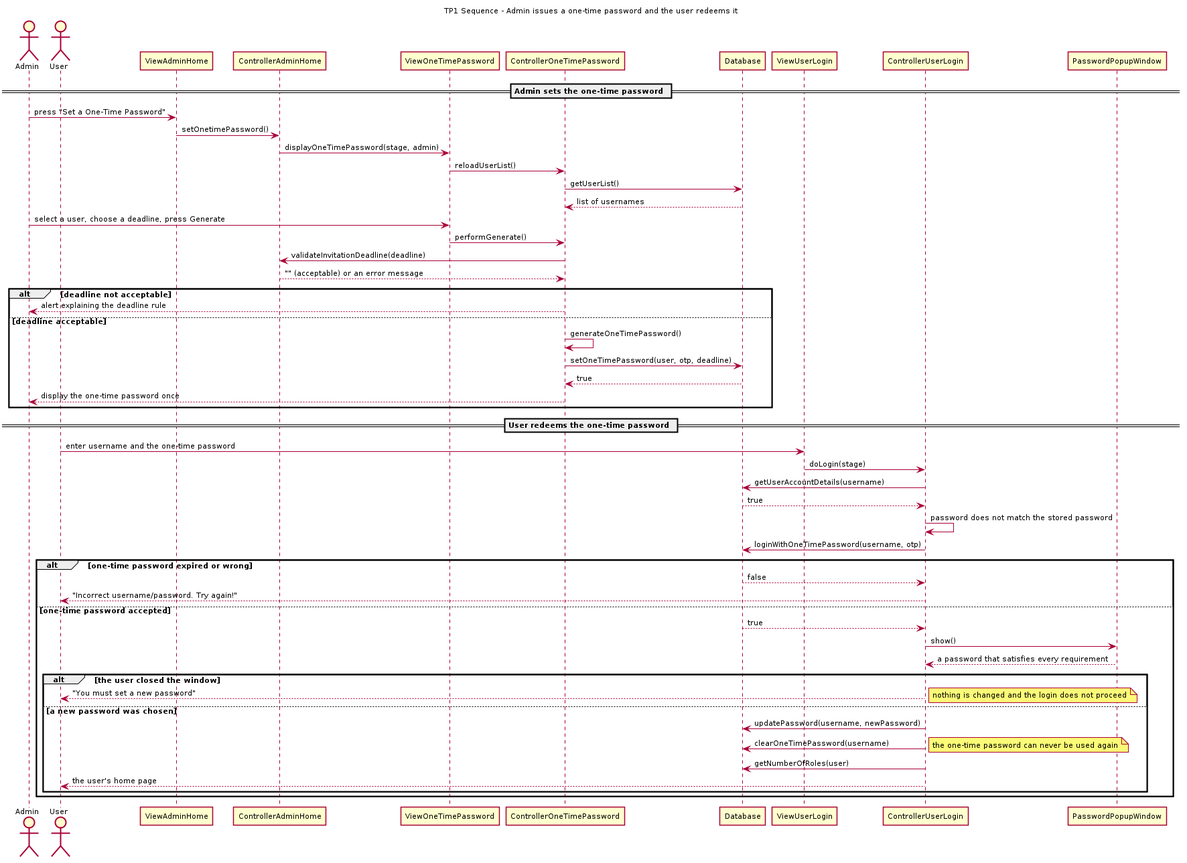
Above: TP1/TP1 Design Documents/Diagrams/03-Sequence-One-Time-Password.png in adityagupta11-debug/cse360 (PlantUML), before the change. Its source is kept beside it as TP1/TP1 Design Documents/UML Sources/03-Sequence-One-Time-Password.puml. Its diagram source:
```plantuml
@startuml

title TP1 Sequence - Admin issues a one-time password and the user redeems it

skinparam shadowing false
skinparam defaultFontName Arial
skinparam defaultFontSize 11

actor Admin
actor "User" as EndUser
participant "ViewAdminHome" as VAH
participant "ControllerAdminHome" as CAH
participant "ViewOneTimePassword" as VOTP
participant "ControllerOneTimePassword" as COTP
participant "Database" as DB
participant "ViewUserLogin" as VUL
participant "ControllerUserLogin" as CUL
participant "PasswordPopupWindow" as PW

== Admin sets the one-time password ==
Admin -> VAH : press "Set a One-Time Password"
VAH -> CAH : setOnetimePassword()
CAH -> VOTP : displayOneTimePassword(stage, admin)
VOTP -> COTP : reloadUserList()
COTP -> DB : getUserList()
DB --> COTP : list of usernames
Admin -> VOTP : select a user, choose a deadline, press Generate
VOTP -> COTP : performGenerate()
COTP -> CAH : validateInvitationDeadline(deadline)
CAH --> COTP : "" (acceptable) or an error message
alt deadline not acceptable
  COTP --> Admin : alert explaining the deadline rule
else deadline acceptable
  COTP -> COTP : generateOneTimePassword()
  COTP -> DB : setOneTimePassword(user, otp, deadline)
  DB --> COTP : true
  COTP --> Admin : display the one-time password once
end

== User redeems the one-time password ==
EndUser -> VUL : enter username and the one-time password
VUL -> CUL : doLogin(stage)
CUL -> DB : getUserAccountDetails(username)
DB --> CUL : true
CUL -> CUL : password does not match the stored password
CUL -> DB : loginWithOneTimePassword(username, otp)
alt one-time password expired or wrong
  DB --> CUL : false
  CUL --> EndUser : "Incorrect username/password. Try again!"
else one-time password accepted
  DB --> CUL : true
  CUL -> PW : show()
  PW --> CUL : a password that satisfies every requirement
  alt the user closed the window
    CUL --> EndUser : "You must set a new password"
    note right : nothing is changed and the login does not proceed
  else a new password was chosen
    CUL -> DB : updatePassword(username, newPassword)
    CUL -> DB : clearOneTimePassword(username)
    note right : the one-time password can never be used again
    CUL -> DB : getNumberOfRoles(user)
    CUL --> EndUser : the user's home page
  end
end

@enduml
```
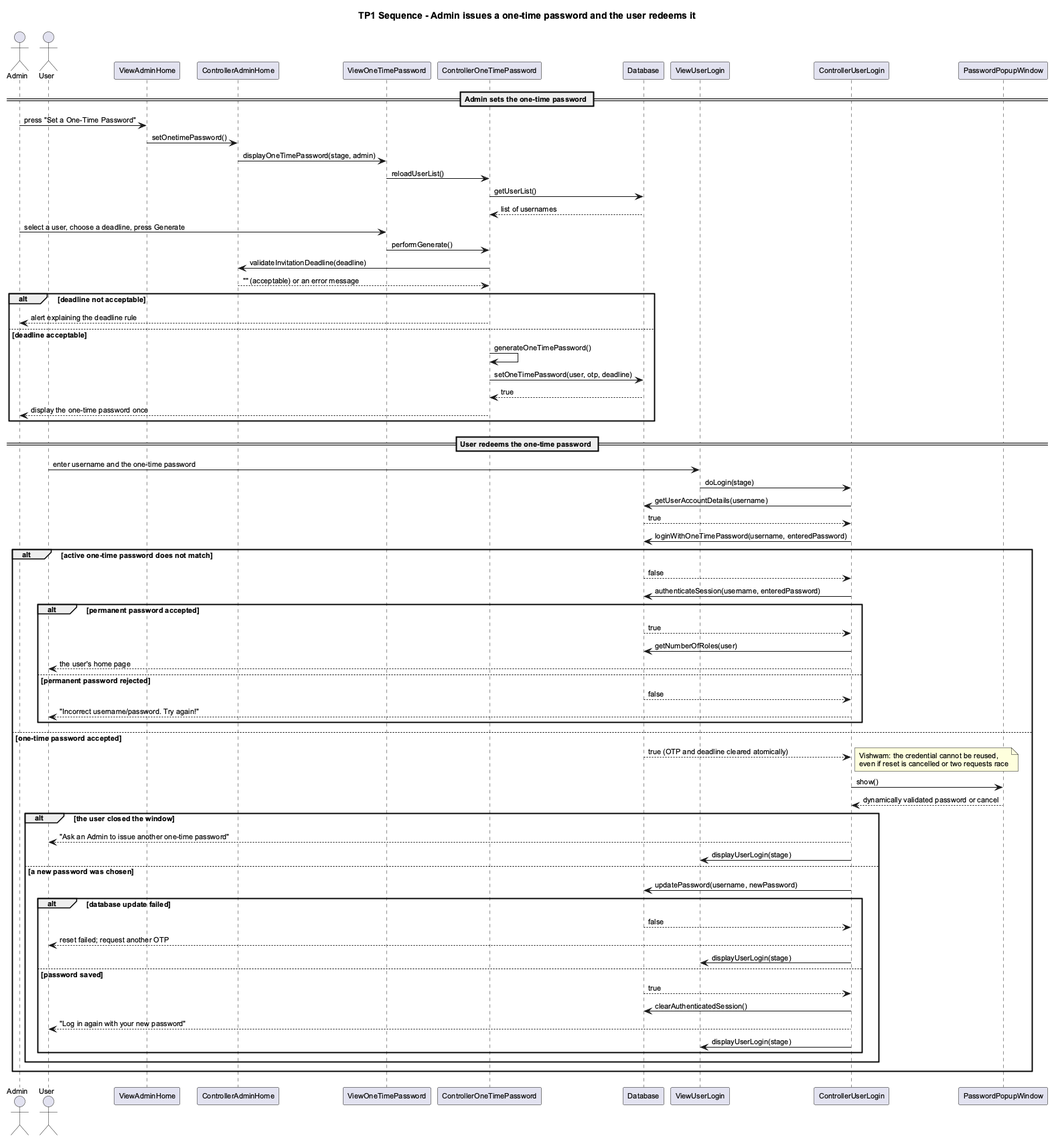
After the change.

The edit, as a diff of the source:
```diff
@@ -42,24 +42,38 @@
 VUL -> CUL : doLogin(stage)
 CUL -> DB : getUserAccountDetails(username)
 DB --> CUL : true
-CUL -> CUL : password does not match the stored password
-CUL -> DB : loginWithOneTimePassword(username, otp)
-alt one-time password expired or wrong
+CUL -> DB : loginWithOneTimePassword(username, enteredPassword)
+alt active one-time password does not match
   DB --> CUL : false
-  CUL --> EndUser : "Incorrect username/password. Try again!"
+  CUL -> DB : authenticateSession(username, enteredPassword)
+  alt permanent password accepted
+    DB --> CUL : true
+    CUL -> DB : getNumberOfRoles(user)
+    CUL --> EndUser : the user's home page
+  else permanent password rejected
+    DB --> CUL : false
+    CUL --> EndUser : "Incorrect username/password. Try again!"
+  end
 else one-time password accepted
-  DB --> CUL : true
+  DB --> CUL : true (OTP and deadline cleared atomically)
+  note right : Vishwam: the credential cannot be reused,\neven if reset is cancelled or two requests race
   CUL -> PW : show()
-  PW --> CUL : a password that satisfies every requirement
+  PW --> CUL : dynamically validated password or cancel
   alt the user closed the window
-    CUL --> EndUser : "You must set a new password"
-    note right : nothing is changed and the login does not proceed
+    CUL --> EndUser : "Ask an Admin to issue another one-time password"
+    CUL -> VUL : displayUserLogin(stage)
   else a new password was chosen
     CUL -> DB : updatePassword(username, newPassword)
-    CUL -> DB : clearOneTimePassword(username)
-    note right : the one-time password can never be used again
-    CUL -> DB : getNumberOfRoles(user)
-    CUL --> EndUser : the user's home page
+    alt database update failed
+      DB --> CUL : false
+      CUL --> EndUser : reset failed; request another OTP
+      CUL -> VUL : displayUserLogin(stage)
+    else password saved
+      DB --> CUL : true
+      CUL -> DB : clearAuthenticatedSession()
+      CUL --> EndUser : "Log in again with your new password"
+      CUL -> VUL : displayUserLogin(stage)
+    end
   end
 end
 
```
